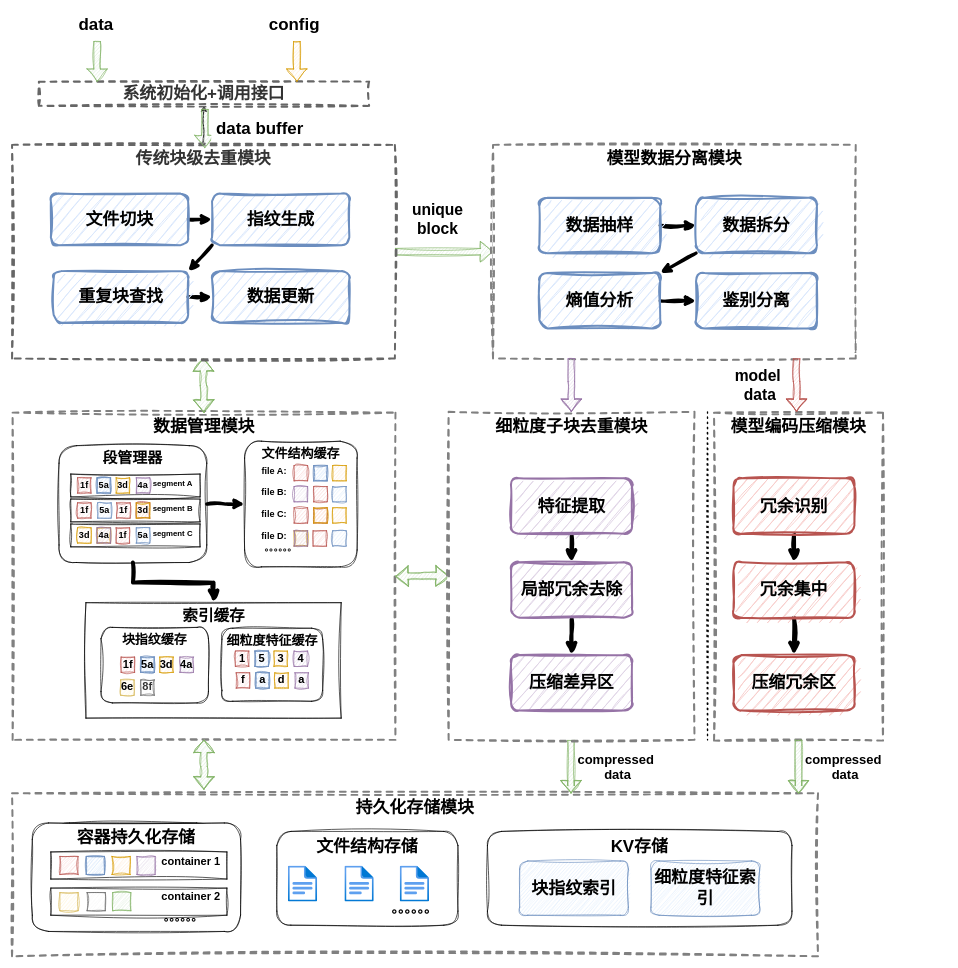
lucky6six/SJTU-lz keeps this draw.io diagram as figures/0304细粒度冗余识别的数据缩减系统总体架构.drawio. Above is the earlier version. Source tidied: cells renumbered, new cells numbered last; positions are measured from the earlier drawing's top-left corner, leaving out a move shared by most shapes. Both pictures are drawn from the tidied source at 65%, with x=0, y=0 at pixel (12, 11).
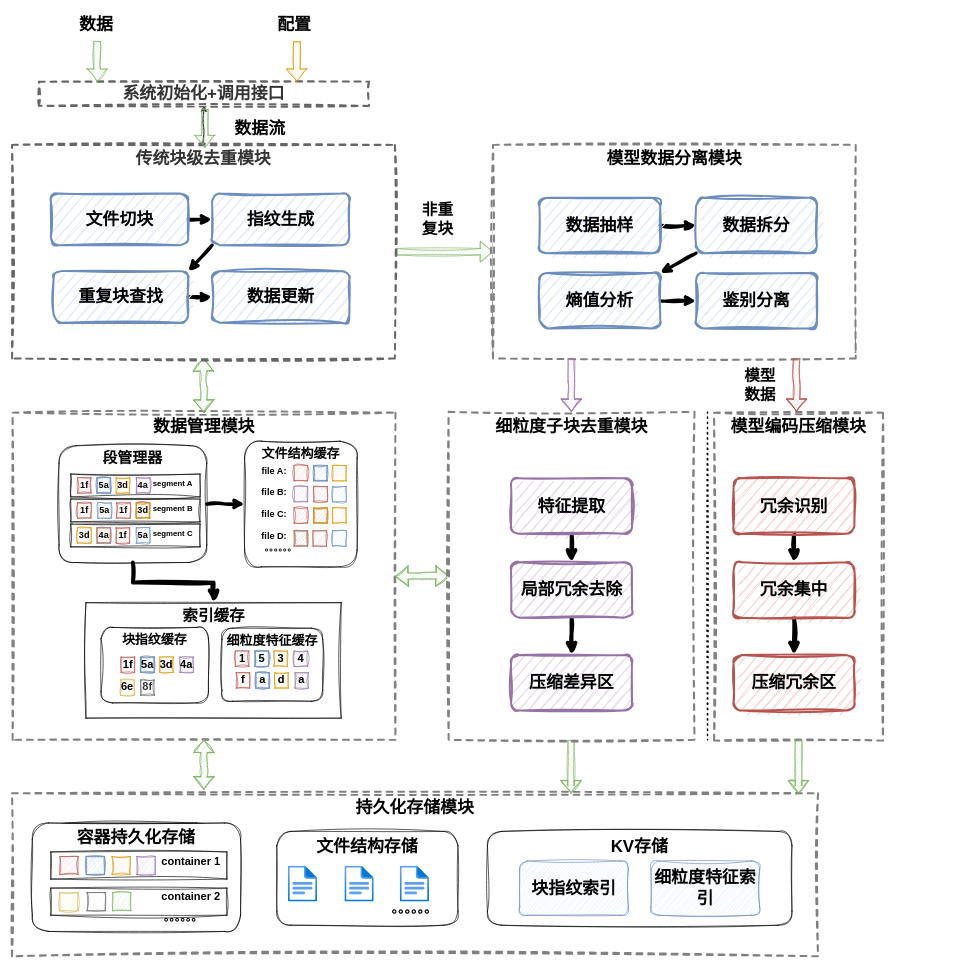
The same page after the edit.

The change refers to these unchanged cells:
```xml
<mxCell id="2" style="group;sketch=1;curveFitting=1;jiggle=2;" parent="1" vertex="1">
  <mxGeometry width="1438.3" height="1453.8" as="geometry" />
</mxCell>
```

What changed in the source:
```diff
@@
-    <mxCell id="95" value="data" style="text;html=1;align=center;verticalAlign=middle;strokeColor=none;fillColor=#FFFFFF;fontSize=26;fontStyle=1;sketch=1;curveFitting=1;jiggle=2;" parent="2" vertex="1">
-      <mxGeometry x="93.8" width="70" height="40" as="geometry" />
+    <mxCell id="95" value="数据" style="text;html=1;align=center;verticalAlign=middle;strokeColor=none;fillColor=#FFFFFF;fontSize=26;fontStyle=1;sketch=1;curveFitting=1;jiggle=2;" parent="2" vertex="1">
+      <mxGeometry x="88.8" width="80" height="40" as="geometry" />
     </mxCell>
-    <mxCell id="96" value="config" style="text;html=1;align=center;verticalAlign=middle;strokeColor=none;fillColor=#FFFFFF;fontSize=26;fontStyle=1;sketch=1;curveFitting=1;jiggle=2;" parent="2" vertex="1">
-      <mxGeometry x="389.2" width="90" height="40" as="geometry" />
+    <mxCell id="96" value="配置" style="text;html=1;align=center;verticalAlign=middle;strokeColor=none;fillColor=#FFFFFF;fontSize=26;fontStyle=1;sketch=1;curveFitting=1;jiggle=2;" parent="2" vertex="1">
+      <mxGeometry x="394.2" width="80" height="40" as="geometry" />
     </mxCell>
@@
-    <mxCell id="100" value="data buffer" style="text;html=1;align=center;verticalAlign=middle;strokeColor=none;fillColor=#FFFFFF;fontSize=26;fontStyle=1;sketch=1;curveFitting=1;jiggle=2;" parent="2" vertex="1">
-      <mxGeometry x="306" y="160" width="150" height="40" as="geometry" />
+    <mxCell id="100" value="数据流" style="text;html=1;align=center;verticalAlign=middle;strokeColor=none;fillColor=#FFFFFF;fontSize=26;fontStyle=1;sketch=1;curveFitting=1;jiggle=2;" parent="2" vertex="1">
+      <mxGeometry x="331" y="160" width="100" height="40" as="geometry" />
     </mxCell>
@@
-    <mxCell id="126" value="unique&lt;br&gt;block" style="text;html=1;whiteSpace=wrap;strokeColor=none;fillColor=none;align=center;verticalAlign=middle;rounded=0;fontFamily=Helvetica;fontSize=24;fontColor=default;fontStyle=1;sketch=1;curveFitting=1;jiggle=2;" parent="2" vertex="1">
+    <mxCell id="126" value="非重复块" style="text;html=1;whiteSpace=wrap;strokeColor=none;fillColor=none;align=center;verticalAlign=middle;rounded=0;fontFamily=Helvetica;fontSize=24;fontColor=default;fontStyle=1;sketch=1;curveFitting=1;jiggle=2;" parent="2" vertex="1">
       <mxGeometry x="624.1" y="302.5" width="62" height="35.2" as="geometry" />
     </mxCell>
@@
-    <mxCell id="128" value="compressed&amp;nbsp;&lt;br&gt;data" style="text;html=1;whiteSpace=wrap;strokeColor=none;fillColor=none;align=center;verticalAlign=middle;rounded=0;fontFamily=Helvetica;fontSize=20;fontColor=default;fontStyle=1;sketch=1;curveFitting=1;jiggle=2;" parent="2" vertex="1">
-      <mxGeometry x="870.3" y="1144.2" width="124" height="35.2" as="geometry" />
-    </mxCell>
@@
-    <mxCell id="135" value="model&amp;nbsp;&lt;br&gt;data" style="text;html=1;whiteSpace=wrap;strokeColor=none;fillColor=none;align=center;verticalAlign=middle;rounded=0;fontFamily=Helvetica;fontSize=24;fontColor=default;fontStyle=1;sketch=1;curveFitting=1;jiggle=2;" parent="2" vertex="1">
+    <mxCell id="135" value="模型数据" style="text;html=1;whiteSpace=wrap;strokeColor=none;fillColor=none;align=center;verticalAlign=middle;rounded=0;fontFamily=Helvetica;fontSize=24;fontColor=default;fontStyle=1;sketch=1;curveFitting=1;jiggle=2;" parent="2" vertex="1">
       <mxGeometry x="1120" y="557.6" width="62" height="35.2" as="geometry" />
     </mxCell>
@@
-    <mxCell id="142" value="compressed&amp;nbsp;&lt;br&gt;data" style="text;html=1;whiteSpace=wrap;strokeColor=none;fillColor=none;align=center;verticalAlign=middle;rounded=0;fontFamily=Helvetica;fontSize=20;fontColor=default;fontStyle=1;sketch=1;curveFitting=1;jiggle=2;" parent="2" vertex="1">
-      <mxGeometry x="1220.3" y="1144.2" width="124" height="35.2" as="geometry" />
-    </mxCell>
```
